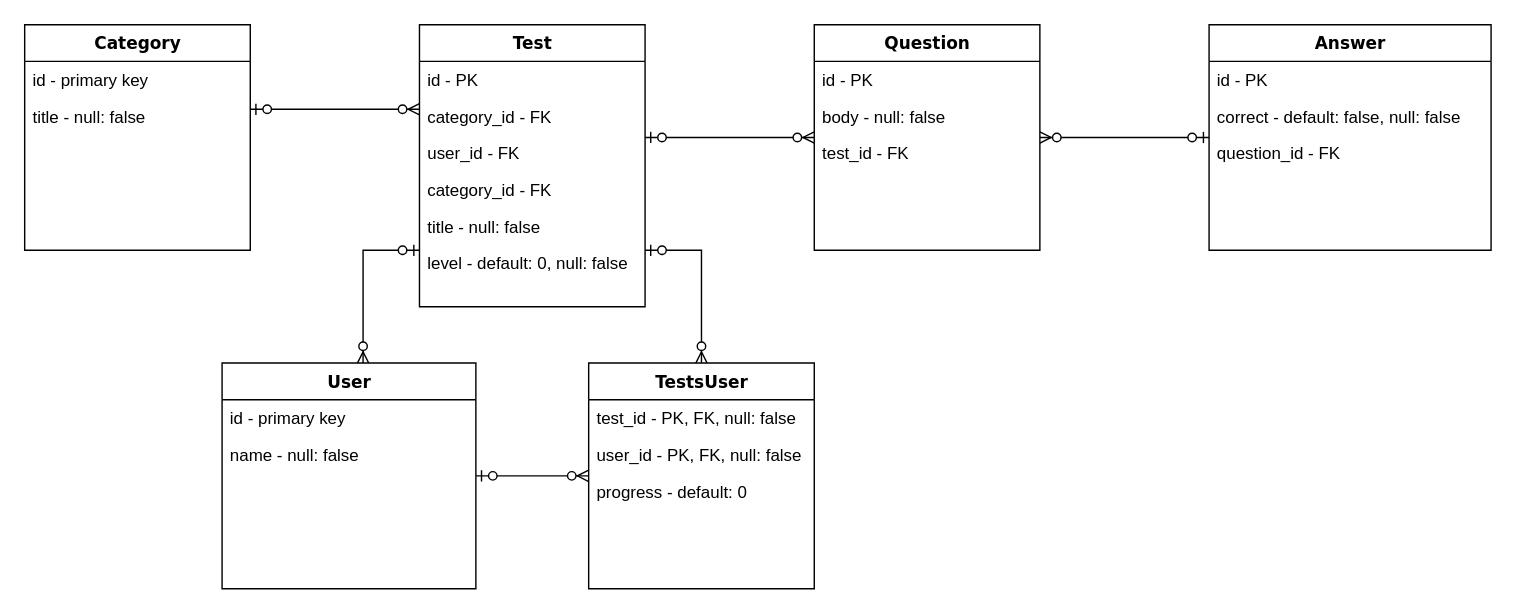
Before: TestGuru.drawio in popeskul/test-guru, a draw.io diagram. Source tidied: cells renumbered, new cells numbered last; positions are measured from the earlier drawing's top-left corner, leaving out a move shared by most shapes. Both pictures are drawn from the tidied source at 141%, with x=0, y=0 at pixel (24, 24).
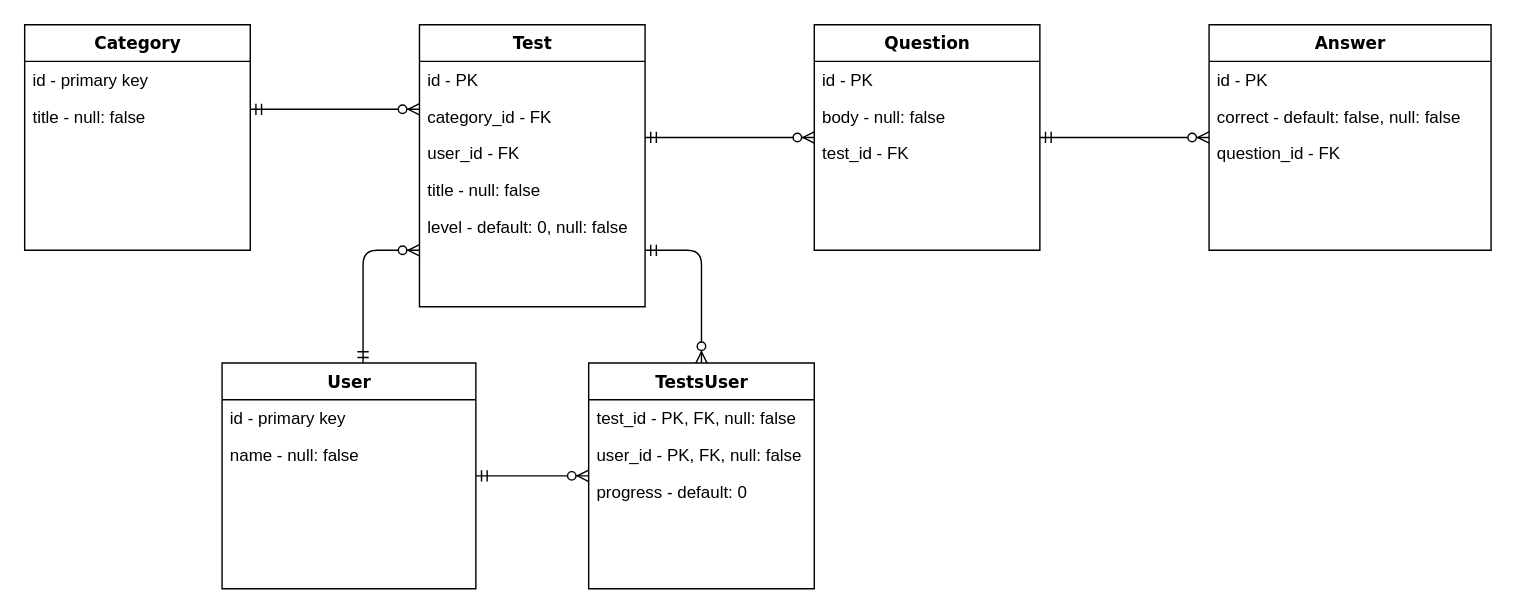
Above is the later version.

Unchanged cells that the change refers to:
```xml
<mxCell id="11" value="user_id - FK" style="text;strokeColor=none;fillColor=none;align=left;verticalAlign=top;spacingLeft=4;spacingRight=4;overflow=hidden;points=[[0,0.5],[1,0.5]];portConstraint=eastwest;" parent="8" vertex="1">
  <mxGeometry y="78" width="160" height="26" as="geometry" />
</mxCell>
```

Change to the diagram source:
```diff
@@
-    <mxCell id="2" style="edgeStyle=orthogonalEdgeStyle;rounded=0;jettySize=auto;html=1;startArrow=ERzeroToOne;startFill=1;endArrow=ERzeroToMany;endFill=1;entryX=0;entryY=0.5;entryDx=0;entryDy=0;" parent="1" edge="1" source="4" target="29">
+    <mxCell id="2" style="edgeStyle=orthogonalEdgeStyle;jettySize=auto;html=1;startArrow=ERmandOne;startFill=0;endArrow=ERzeroToMany;endFill=1;entryX=0;entryY=0.5;entryDx=0;entryDy=0;" parent="1" edge="1" source="4" target="29">
       <mxGeometry relative="1" as="geometry" />
     </mxCell>
-    <mxCell id="3" style="edgeStyle=orthogonalEdgeStyle;rounded=0;jettySize=auto;html=1;startArrow=ERzeroToMany;startFill=1;endArrow=ERzeroToOne;endFill=1;" parent="1" edge="1" source="4">
+    <mxCell id="3" style="edgeStyle=orthogonalEdgeStyle;jettySize=auto;html=1;startArrow=ERmandOne;startFill=0;endArrow=ERzeroToMany;endFill=1;" parent="1" edge="1" source="4">
       <mxGeometry relative="1" as="geometry">
         <mxPoint x="280" y="160" as="targetPoint" />
         <Array as="points">
           <mxPoint x="240" y="160" />
         </Array>
       </mxGeometry>
     </mxCell>
-    <mxCell id="4" value="User" style="swimlane;html=1;fontStyle=1;align=center;verticalAlign=top;horizontal=1;startSize=26;swimlaneFillColor=#ffffff;rounded=0;shadow=0;comic=0;labelBackgroundColor=none;strokeWidth=1;fillColor=none;fontFamily=Verdana;fontSize=12;" parent="1" vertex="1">
+    <mxCell id="4" value="User" style="swimlane;html=1;fontStyle=1;align=center;verticalAlign=top;horizontal=1;startSize=26;swimlaneFillColor=#ffffff;shadow=0;comic=0;labelBackgroundColor=none;strokeWidth=1;fillColor=none;fontFamily=Verdana;fontSize=12;" parent="1" vertex="1">
       <mxGeometry x="140" y="240" width="180" height="160" as="geometry" />
     </mxCell>
@@
-    <mxCell id="7" style="edgeStyle=orthogonalEdgeStyle;rounded=0;jettySize=auto;html=1;startArrow=ERzeroToOne;startFill=1;endArrow=ERzeroToMany;endFill=1;entryX=0.5;entryY=0;entryDx=0;entryDy=0;" parent="1" edge="1" source="8" target="29">
+    <mxCell id="7" style="edgeStyle=orthogonalEdgeStyle;jettySize=auto;html=1;startArrow=ERmandOne;startFill=0;endArrow=ERzeroToMany;endFill=1;entryX=0.5;entryY=0;entryDx=0;entryDy=0;" parent="1" edge="1" source="8" target="29">
       <mxGeometry relative="1" as="geometry">
         <Array as="points">
           <mxPoint x="480" y="160" />
         </Array>
       </mxGeometry>
     </mxCell>
-    <mxCell id="8" value="Test" style="swimlane;html=1;fontStyle=1;align=center;verticalAlign=top;horizontal=1;startSize=26;swimlaneFillColor=#ffffff;rounded=0;shadow=0;comic=0;labelBackgroundColor=none;strokeWidth=1;fillColor=none;fontFamily=Verdana;fontSize=12;" parent="1" vertex="1">
+    <mxCell id="8" value="Test" style="swimlane;html=1;fontStyle=1;align=center;verticalAlign=top;horizontal=1;startSize=26;swimlaneFillColor=#ffffff;shadow=0;comic=0;labelBackgroundColor=none;strokeWidth=1;fillColor=none;fontFamily=Verdana;fontSize=12;" parent="1" vertex="1">
       <mxGeometry x="280" width="160" height="200" as="geometry" />
     </mxCell>
@@
-    <mxCell id="12" value="category_id - FK" style="text;strokeColor=none;fillColor=none;align=left;verticalAlign=top;spacingLeft=4;spacingRight=4;overflow=hidden;" parent="8" vertex="1">
-      <mxGeometry y="104" width="160" height="26" as="geometry" />
-    </mxCell>
     <mxCell id="13" value="title - null: false" style="text;strokeColor=none;fillColor=none;align=left;verticalAlign=top;spacingLeft=4;spacingRight=4;overflow=hidden;" parent="8" vertex="1">
-      <mxGeometry y="130" width="160" height="26" as="geometry" />
+      <mxGeometry y="104" width="160" height="26" as="geometry" />
     </mxCell>
     <mxCell id="14" value="level - default: 0, null: false" style="text;strokeColor=none;fillColor=none;align=left;verticalAlign=top;spacingLeft=4;spacingRight=4;overflow=hidden;" parent="8" vertex="1">
-      <mxGeometry y="156" width="160" height="26" as="geometry" />
+      <mxGeometry y="130" width="160" height="26" as="geometry" />
     </mxCell>
-    <mxCell id="15" style="edgeStyle=orthogonalEdgeStyle;rounded=0;jettySize=auto;html=1;endArrow=ERzeroToMany;endFill=1;startArrow=ERzeroToOne;startFill=1;" parent="1" edge="1" source="16">
+    <mxCell id="15" style="edgeStyle=orthogonalEdgeStyle;jettySize=auto;html=1;endArrow=ERzeroToMany;endFill=1;startArrow=ERmandOne;startFill=0;" parent="1" edge="1" source="16">
       <mxGeometry relative="1" as="geometry">
         <mxPoint x="280" y="60" as="targetPoint" />
         <Array as="points">
           <mxPoint x="210" y="60" />
           <mxPoint x="210" y="60" />
         </Array>
       </mxGeometry>
     </mxCell>
-    <mxCell id="16" value="Category" style="swimlane;html=1;fontStyle=1;align=center;verticalAlign=top;horizontal=1;startSize=26;swimlaneFillColor=#ffffff;rounded=0;shadow=0;comic=0;labelBackgroundColor=none;strokeWidth=1;fillColor=none;fontFamily=Verdana;fontSize=12;" parent="1" vertex="1">
+    <mxCell id="16" value="Category" style="swimlane;html=1;fontStyle=1;align=center;verticalAlign=top;horizontal=1;startSize=26;swimlaneFillColor=#ffffff;shadow=0;comic=0;labelBackgroundColor=none;strokeWidth=1;fillColor=none;fontFamily=Verdana;fontSize=12;" parent="1" vertex="1">
       <mxGeometry width="160" height="160" as="geometry" />
     </mxCell>
@@
-    <mxCell id="19" value="Answer" style="swimlane;html=1;fontStyle=1;align=center;verticalAlign=top;horizontal=1;startSize=26;swimlaneFillColor=#ffffff;rounded=0;shadow=0;comic=0;labelBackgroundColor=none;strokeWidth=1;fillColor=none;fontFamily=Verdana;fontSize=12;" parent="1" vertex="1">
+    <mxCell id="19" value="Answer" style="swimlane;html=1;fontStyle=1;align=center;verticalAlign=top;horizontal=1;startSize=26;swimlaneFillColor=#ffffff;shadow=0;comic=0;labelBackgroundColor=none;strokeWidth=1;fillColor=none;fontFamily=Verdana;fontSize=12;" parent="1" vertex="1">
       <mxGeometry x="840" width="200" height="160" as="geometry" />
     </mxCell>
@@
-    <mxCell id="23" style="edgeStyle=orthogonalEdgeStyle;rounded=0;jettySize=auto;html=1;entryX=0;entryY=0.5;entryDx=0;entryDy=0;startArrow=ERzeroToMany;startFill=1;endArrow=ERzeroToOne;endFill=1;" parent="1" edge="1" source="25" target="19">
+    <mxCell id="23" style="edgeStyle=orthogonalEdgeStyle;jettySize=auto;html=1;entryX=0;entryY=0.5;entryDx=0;entryDy=0;startArrow=ERmandOne;startFill=0;endArrow=ERzeroToMany;endFill=1;" parent="1" edge="1" source="25" target="19">
       <mxGeometry relative="1" as="geometry" />
     </mxCell>
-    <mxCell id="24" style="edgeStyle=orthogonalEdgeStyle;rounded=0;jettySize=auto;html=1;entryX=1;entryY=0.077;entryDx=0;entryDy=0;entryPerimeter=0;startArrow=ERzeroToMany;startFill=1;endArrow=ERzeroToOne;endFill=1;" parent="1" edge="1" source="25" target="11">
+    <mxCell id="24" style="edgeStyle=orthogonalEdgeStyle;jettySize=auto;html=1;entryX=1;entryY=0.077;entryDx=0;entryDy=0;entryPerimeter=0;startArrow=ERzeroToMany;startFill=1;endArrow=ERmandOne;endFill=0;" parent="1" edge="1" source="25" target="11">
       <mxGeometry relative="1" as="geometry" />
     </mxCell>
-    <mxCell id="25" value="Question" style="swimlane;html=1;fontStyle=1;align=center;verticalAlign=top;horizontal=1;startSize=26;swimlaneFillColor=#ffffff;rounded=0;shadow=0;comic=0;labelBackgroundColor=none;strokeWidth=1;fillColor=none;fontFamily=Verdana;fontSize=12;" parent="1" vertex="1">
+    <mxCell id="25" value="Question" style="swimlane;html=1;fontStyle=1;align=center;verticalAlign=top;horizontal=1;startSize=26;swimlaneFillColor=#ffffff;shadow=0;comic=0;labelBackgroundColor=none;strokeWidth=1;fillColor=none;fontFamily=Verdana;fontSize=12;" parent="1" vertex="1">
       <mxGeometry x="560" width="160" height="160" as="geometry" />
     </mxCell>
@@
-    <mxCell id="29" value="TestsUser" style="swimlane;html=1;fontStyle=1;align=center;verticalAlign=top;horizontal=1;startSize=26;swimlaneFillColor=#ffffff;rounded=0;shadow=0;comic=0;labelBackgroundColor=none;strokeWidth=1;fillColor=none;fontFamily=Verdana;fontSize=12;" parent="1" vertex="1">
+    <mxCell id="29" value="TestsUser" style="swimlane;html=1;fontStyle=1;align=center;verticalAlign=top;horizontal=1;startSize=26;swimlaneFillColor=#ffffff;shadow=0;comic=0;labelBackgroundColor=none;strokeWidth=1;fillColor=none;fontFamily=Verdana;fontSize=12;" parent="1" vertex="1">
       <mxGeometry x="400" y="240" width="160" height="160" as="geometry" />
     </mxCell>
```
